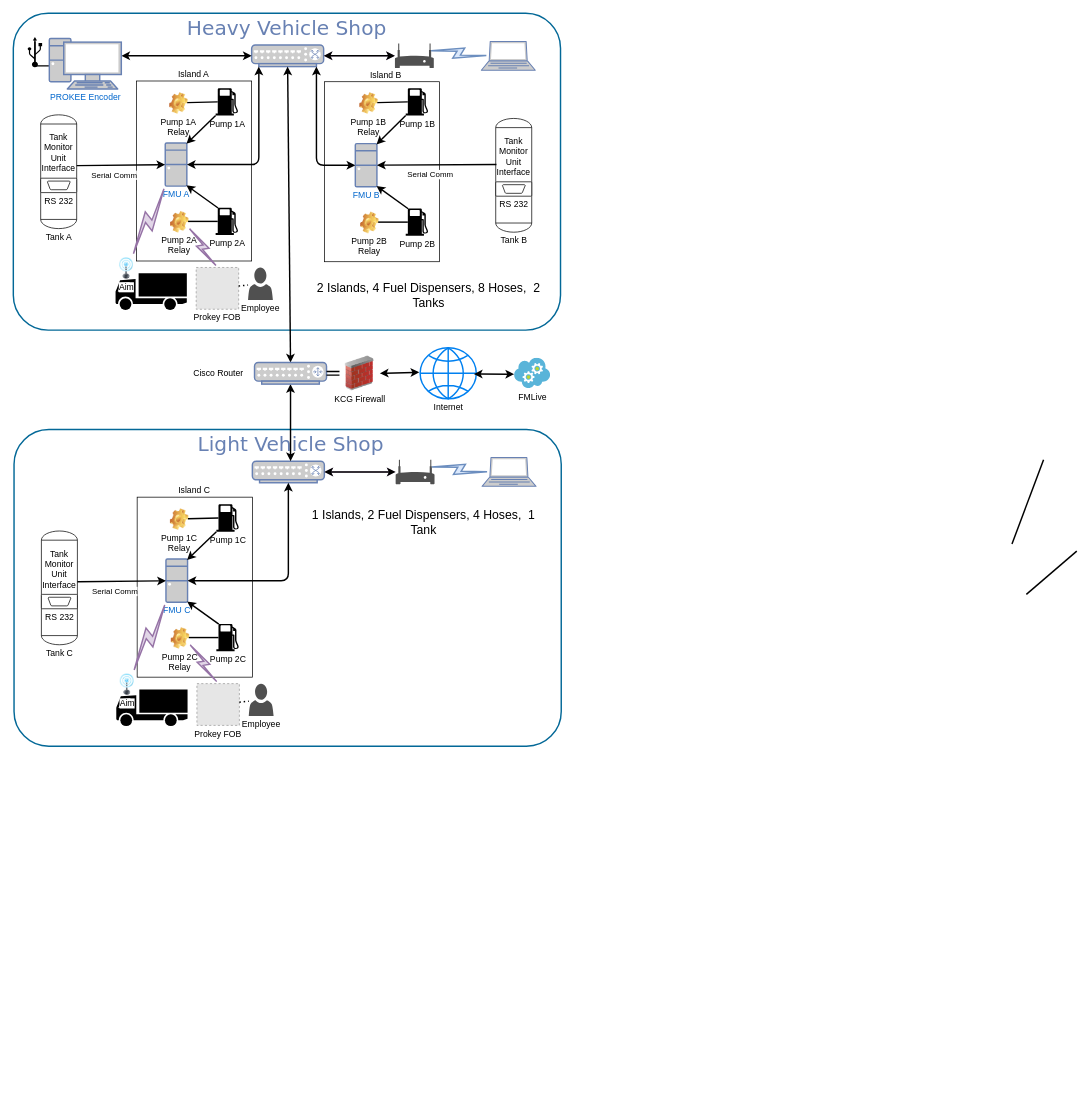
Above: Diagrams/FMLiveKCGHardwareDia.drawio in rpwaltz/FleetServices (draw.io), before the change. Source tidied: cells renumbered, new cells numbered last; positions are measured from the earlier drawing's top-left corner, leaving out a move shared by most shapes. Both pictures are drawn from the tidied source at 72%, with x=0, y=0 at pixel (13, 13). Pictures stored in the file or linked from it are replaced by grey dashed boxes.
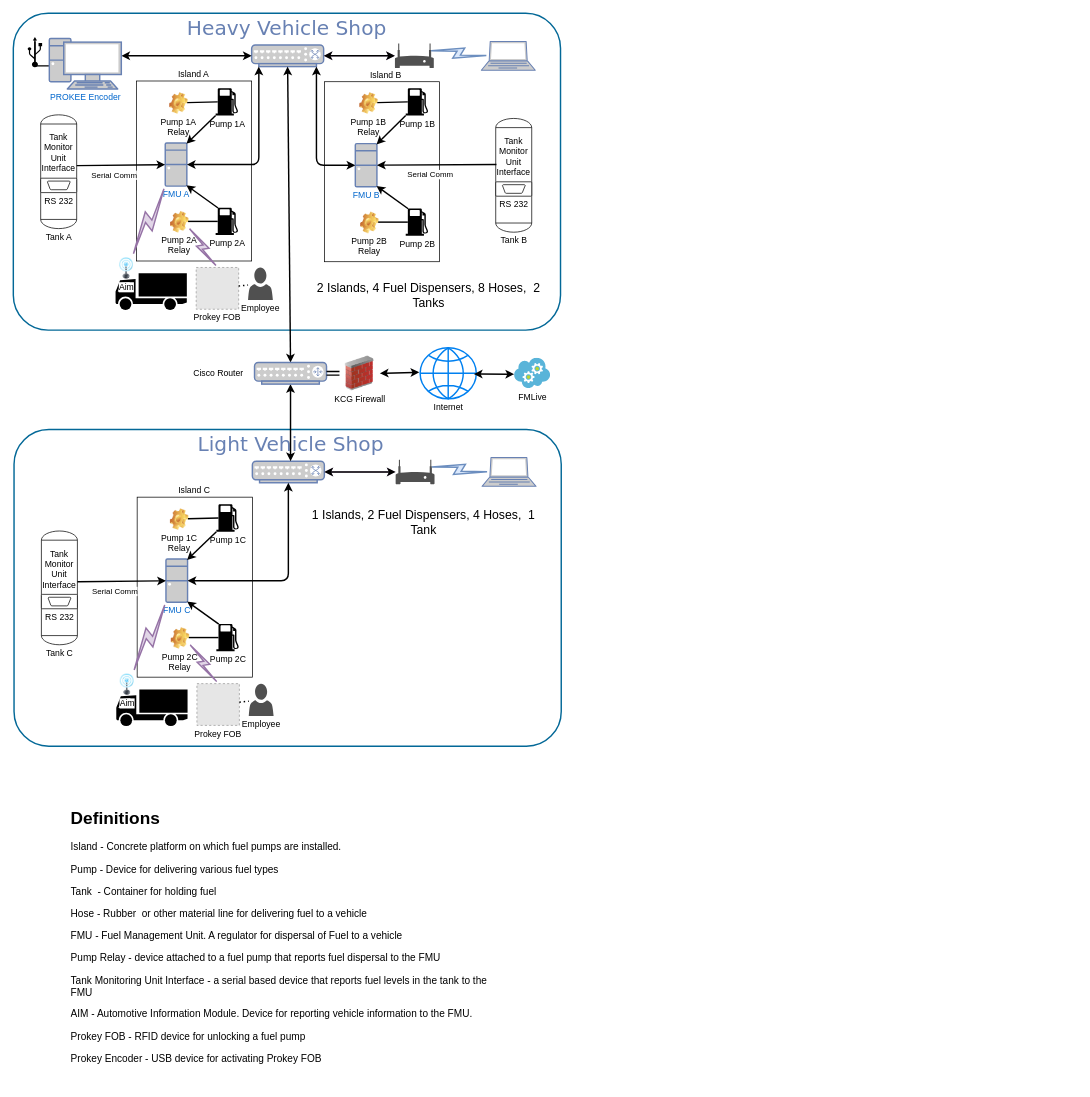
The same page after the edit.

What changed in the source:
```diff
@@
-    <mxCell id="3" style="edgeStyle=none;html=1;labelBackgroundColor=none;endArrow=none;endFill=0;strokeWidth=2;fontFamily=Verdana;fontSize=28;fontColor=#6881B3;" parent="1" edge="1">
-      <mxGeometry relative="1" as="geometry">
-        <mxPoint x="1407" y="807" as="sourcePoint" />
-        <mxPoint x="1477" y="747" as="targetPoint" />
-      </mxGeometry>
-    </mxCell>
@@
-    <mxCell id="5" style="edgeStyle=none;html=1;labelBackgroundColor=none;endArrow=none;endFill=0;strokeWidth=2;fontFamily=Verdana;fontSize=28;fontColor=#6881B3;" parent="1" edge="1">
-      <mxGeometry relative="1" as="geometry">
-        <mxPoint x="1430.9" y="620" as="sourcePoint" />
-        <mxPoint x="1387" y="737" as="targetPoint" />
-      </mxGeometry>
-    </mxCell>
@@
+    <mxCell id="112" value="&lt;h1&gt;Definitions&lt;br&gt;&lt;/h1&gt;&lt;p style=&quot;font-size: 14px&quot;&gt;&lt;font style=&quot;font-size: 14px&quot;&gt;Island - Concrete platform on which fuel pumps are installed.&lt;/font&gt;&lt;/p&gt;&lt;p style=&quot;font-size: 14px&quot;&gt;&lt;font style=&quot;font-size: 14px&quot;&gt;Pump - Device for delivering various fuel types&lt;/font&gt;&lt;/p&gt;&lt;p style=&quot;font-size: 14px&quot;&gt;&lt;font style=&quot;font-size: 14px&quot;&gt;Tank&amp;nbsp; - Container for holding fuel&lt;/font&gt;&lt;/p&gt;&lt;p style=&quot;font-size: 14px&quot;&gt;&lt;font style=&quot;font-size: 14px&quot;&gt;Hose - Rubber&amp;nbsp; or other material line for delivering fuel to a vehicle&lt;/font&gt;&lt;/p&gt;&lt;p style=&quot;font-size: 14px&quot;&gt;&lt;font style=&quot;font-size: 14px&quot;&gt;FMU - Fuel Management Unit. A regulator for dispersal of Fuel to a vehicle&lt;/font&gt;&lt;/p&gt;&lt;p style=&quot;font-size: 14px&quot;&gt;&lt;font style=&quot;font-size: 14px&quot;&gt;Pump Relay - device attached to a fuel pump that reports fuel dispersal to the FMU&lt;/font&gt;&lt;/p&gt;&lt;p style=&quot;font-size: 14px&quot;&gt;&lt;font style=&quot;font-size: 14px&quot;&gt;Tank Monitoring Unit Interface - a serial based device that reports fuel levels in the tank to the FMU&lt;/font&gt;&lt;/p&gt;&lt;p style=&quot;font-size: 14px&quot;&gt;&lt;font style=&quot;font-size: 14px&quot;&gt;AIM - &lt;span class=&quot;aCOpRe&quot;&gt;&lt;span&gt;Automotive Information Module. Device for reporting vehicle information to the FMU.&lt;/span&gt;&lt;/span&gt;&lt;/font&gt;&lt;/p&gt;&lt;p style=&quot;font-size: 14px&quot;&gt;&lt;font style=&quot;font-size: 14px&quot;&gt;Prokey FOB - RFID device for unlocking a fuel pump&lt;/font&gt;&lt;/p&gt;&lt;p style=&quot;font-size: 14px&quot;&gt;&lt;font style=&quot;font-size: 14px&quot;&gt;Prokey Encoder - USB device for activating Prokey FOB&lt;/font&gt;&lt;br&gt;&lt;/p&gt;&lt;p&gt;&lt;br&gt;&lt;span class=&quot;aCOpRe&quot;&gt;&lt;span&gt;&lt;em&gt;&lt;/em&gt;&lt;/span&gt;&lt;/span&gt;&lt;/p&gt;&lt;p&gt;&lt;br&gt;&lt;/p&gt;" style="text;html=1;strokeColor=none;fillColor=none;spacing=5;spacingTop=-20;whiteSpace=wrap;overflow=hidden;rounded=0;" parent="1" vertex="1">
+      <mxGeometry x="75" y="1099" width="605" height="390" as="geometry" />
+    </mxCell>
```
